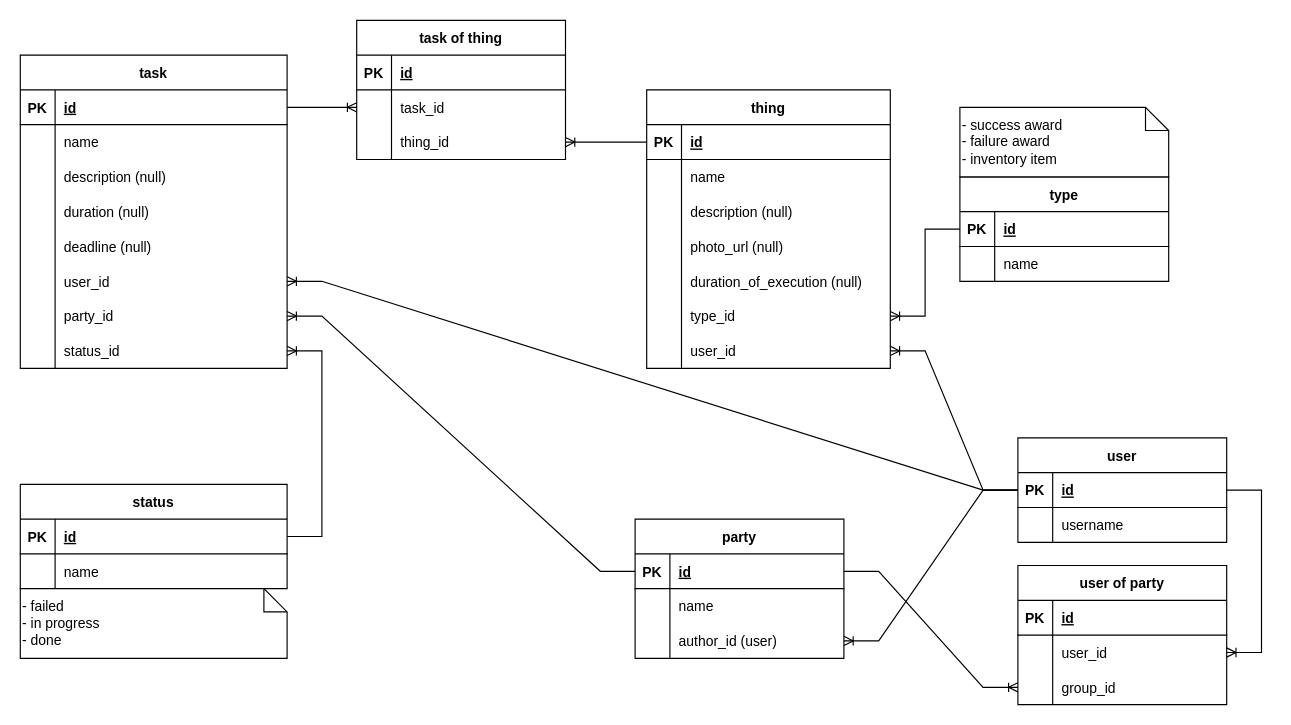
Above: task-manager.drawio in Lucky2Bomb/task-manager (draw.io), before the change. Source tidied: cells renumbered, new cells numbered last; positions are measured from the earlier drawing's top-left corner, leaving out a move shared by most shapes. Both pictures are drawn from the tidied source at 116%, with x=0, y=0 at pixel (20, 20).
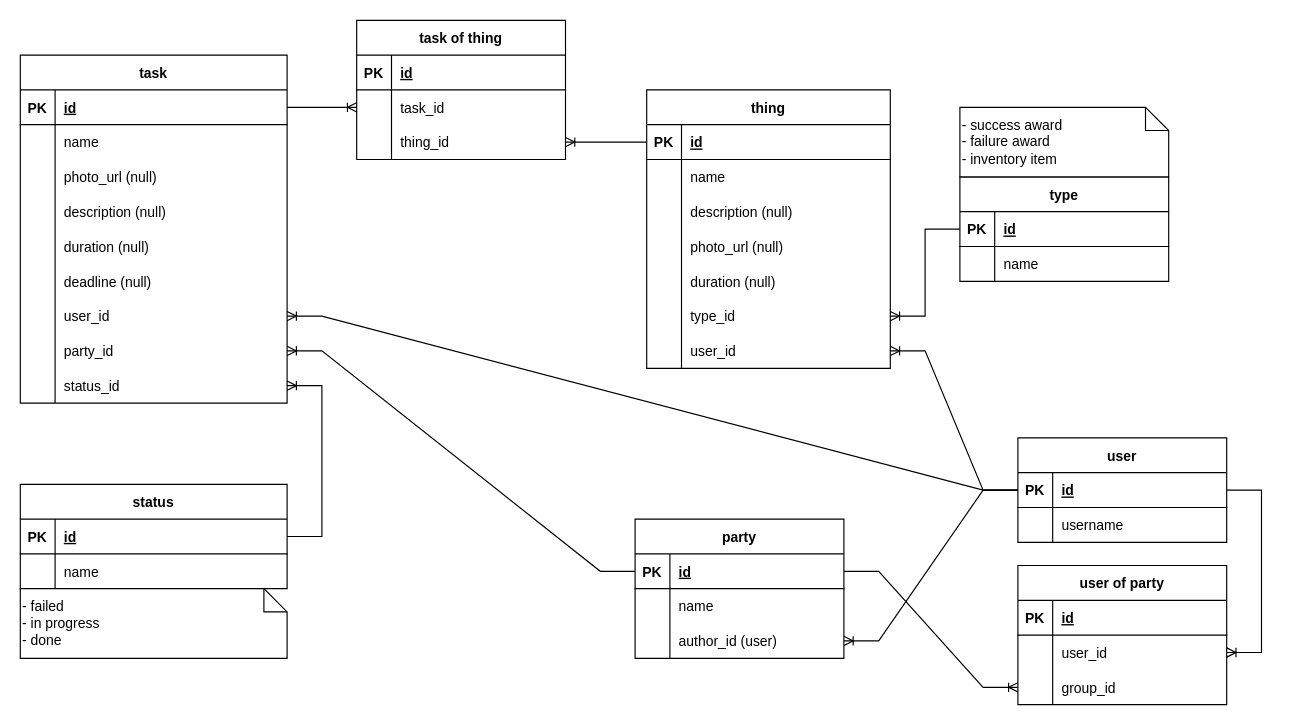
The same diagram, later.

The change refers to these unchanged cells:
```xml
<mxCell id="70" style="shape=tableRow;horizontal=0;startSize=0;swimlaneHead=0;swimlaneBody=0;fillColor=none;top=0;left=0;right=0;bottom=0;" parent="57" vertex="1">
  <mxGeometry y="150" width="210" height="30" as="geometry" />
</mxCell>
```

Diff of the diagram source:
```diff
@@
     <mxCell id="9" value="task" style="shape=table;startSize=30;childLayout=tableLayout;rowLines=0;fontStyle=1;align=center;" parent="1" vertex="1">
-      <mxGeometry y="30" width="230" height="270" as="geometry" />
+      <mxGeometry y="30" width="230" height="300" as="geometry" />
     </mxCell>
@@
+    <mxCell id="112" style="shape=tableRow;horizontal=0;startSize=0;swimlaneHead=0;swimlaneBody=0;fillColor=none;top=0;left=0;right=0;bottom=0;" parent="9" vertex="1">
+      <mxGeometry y="90" width="230" height="30" as="geometry" />
+    </mxCell>
+    <mxCell id="113" style="shape=partialRectangle;fillColor=none;top=0;left=0;bottom=0;right=0;overflow=hidden;" parent="112" vertex="1">
+      <mxGeometry width="30" height="30" as="geometry" />
+    </mxCell>
+    <mxCell id="114" value="photo_url (null)" style="shape=partialRectangle;fillColor=none;top=0;left=0;bottom=0;right=0;align=left;spacingLeft=6;overflow=hidden;" parent="112" vertex="1">
+      <mxGeometry x="30" width="200" height="30" as="geometry" />
+    </mxCell>
     <mxCell id="16" style="shape=tableRow;horizontal=0;startSize=0;swimlaneHead=0;swimlaneBody=0;fillColor=none;top=0;left=0;right=0;bottom=0;" parent="9" vertex="1">
-      <mxGeometry y="90" width="230" height="30" as="geometry" />
+      <mxGeometry y="120" width="230" height="30" as="geometry" />
     </mxCell>
@@
     <mxCell id="19" style="shape=tableRow;horizontal=0;startSize=0;swimlaneHead=0;swimlaneBody=0;fillColor=none;top=0;left=0;right=0;bottom=0;" parent="9" vertex="1">
-      <mxGeometry y="120" width="230" height="30" as="geometry" />
+      <mxGeometry y="150" width="230" height="30" as="geometry" />
     </mxCell>
@@
     <mxCell id="22" style="shape=tableRow;horizontal=0;startSize=0;swimlaneHead=0;swimlaneBody=0;fillColor=none;top=0;left=0;right=0;bottom=0;" parent="9" vertex="1">
-      <mxGeometry y="150" width="230" height="30" as="geometry" />
+      <mxGeometry y="180" width="230" height="30" as="geometry" />
     </mxCell>
@@
     <mxCell id="25" style="shape=tableRow;horizontal=0;startSize=0;swimlaneHead=0;swimlaneBody=0;fillColor=none;points=[[0,0.5],[1,0.5]];portConstraint=eastwest;top=0;left=0;right=0;bottom=0;" parent="9" vertex="1">
-      <mxGeometry y="180" width="230" height="30" as="geometry" />
+      <mxGeometry y="210" width="230" height="30" as="geometry" />
     </mxCell>
@@
     <mxCell id="28" style="shape=tableRow;horizontal=0;startSize=0;swimlaneHead=0;swimlaneBody=0;fillColor=none;points=[[0,0.5],[1,0.5]];portConstraint=eastwest;top=0;left=0;right=0;bottom=0;" parent="9" vertex="1">
-      <mxGeometry y="210" width="230" height="30" as="geometry" />
+      <mxGeometry y="240" width="230" height="30" as="geometry" />
     </mxCell>
@@
     <mxCell id="31" style="shape=tableRow;horizontal=0;startSize=0;swimlaneHead=0;swimlaneBody=0;fillColor=none;points=[[0,0.5],[1,0.5]];portConstraint=eastwest;top=0;left=0;right=0;bottom=0;" parent="9" vertex="1">
-      <mxGeometry y="240" width="230" height="30" as="geometry" />
+      <mxGeometry y="270" width="230" height="30" as="geometry" />
     </mxCell>
@@
-    <mxCell id="72" value="duration_of_execution (null)" style="shape=partialRectangle;fillColor=none;top=0;left=0;bottom=0;right=0;align=left;spacingLeft=6;overflow=hidden;" parent="70" vertex="1">
+    <mxCell id="72" value="duration (null)" style="shape=partialRectangle;fillColor=none;top=0;left=0;bottom=0;right=0;align=left;spacingLeft=6;overflow=hidden;" parent="70" vertex="1">
       <mxGeometry x="30" width="180" height="30" as="geometry" />
     </mxCell>
```
